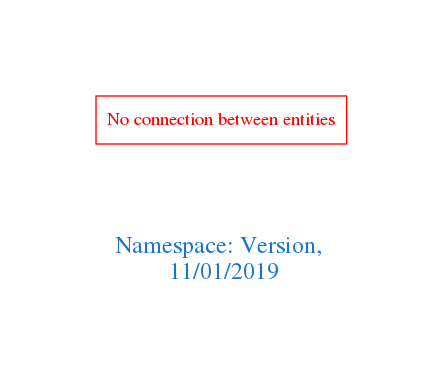
arago/OGIT keeps this Graphviz diagram as downloads/Version.png. Above is the earlier version. Its source is kept beside it as downloads/Version.dot.
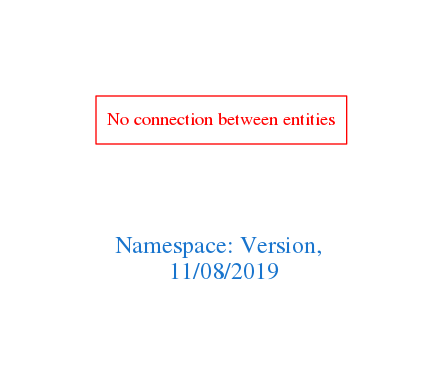
Above is the later version.

The edit, as a diff of the source:
```diff
@@ -1,7 +1,7 @@
 digraph OGIT_ontology {
  graph [ rankdir= LR,pad=1
 fontsize = 18,
-fontcolor= dodgerblue3,label = "\n\n\nNamespace: Version, \n 11/01/2019"];
+fontcolor= dodgerblue3,label = "\n\n\nNamespace: Version, \n 11/08/2019"];
 node[shape=polygon];
 edge [  color="gray81"];
 
```
